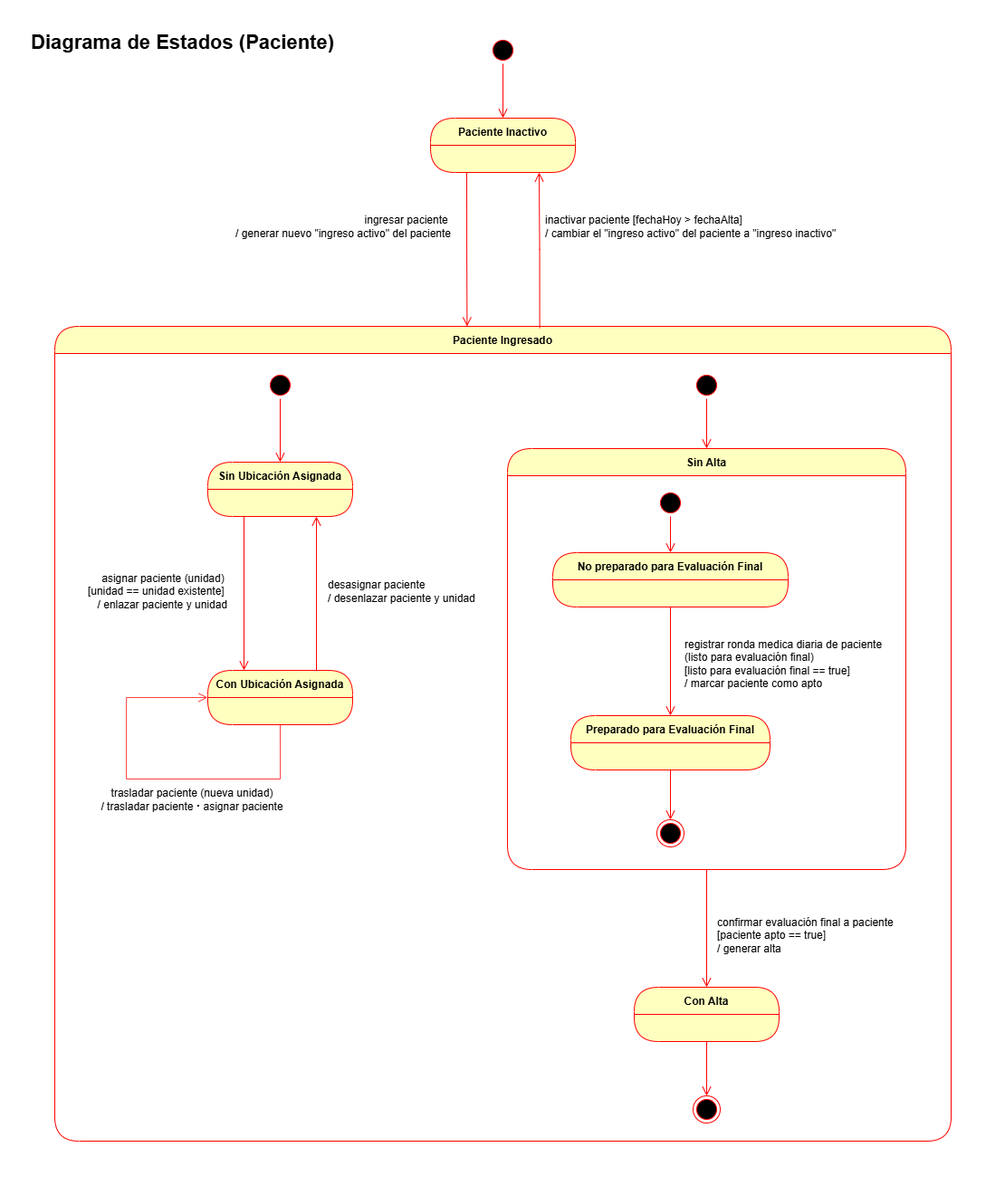
Above: uml/4 - Diagrama de Estados/Diagrama de Estados (Paciente).png in stoica25-byte/Reto-2-Entornos-Programacion (draw.io), before the change. Source tidied: cells renumbered, new cells last; positions are measured from the earlier drawing's top-left corner, leaving out a move shared by most shapes.
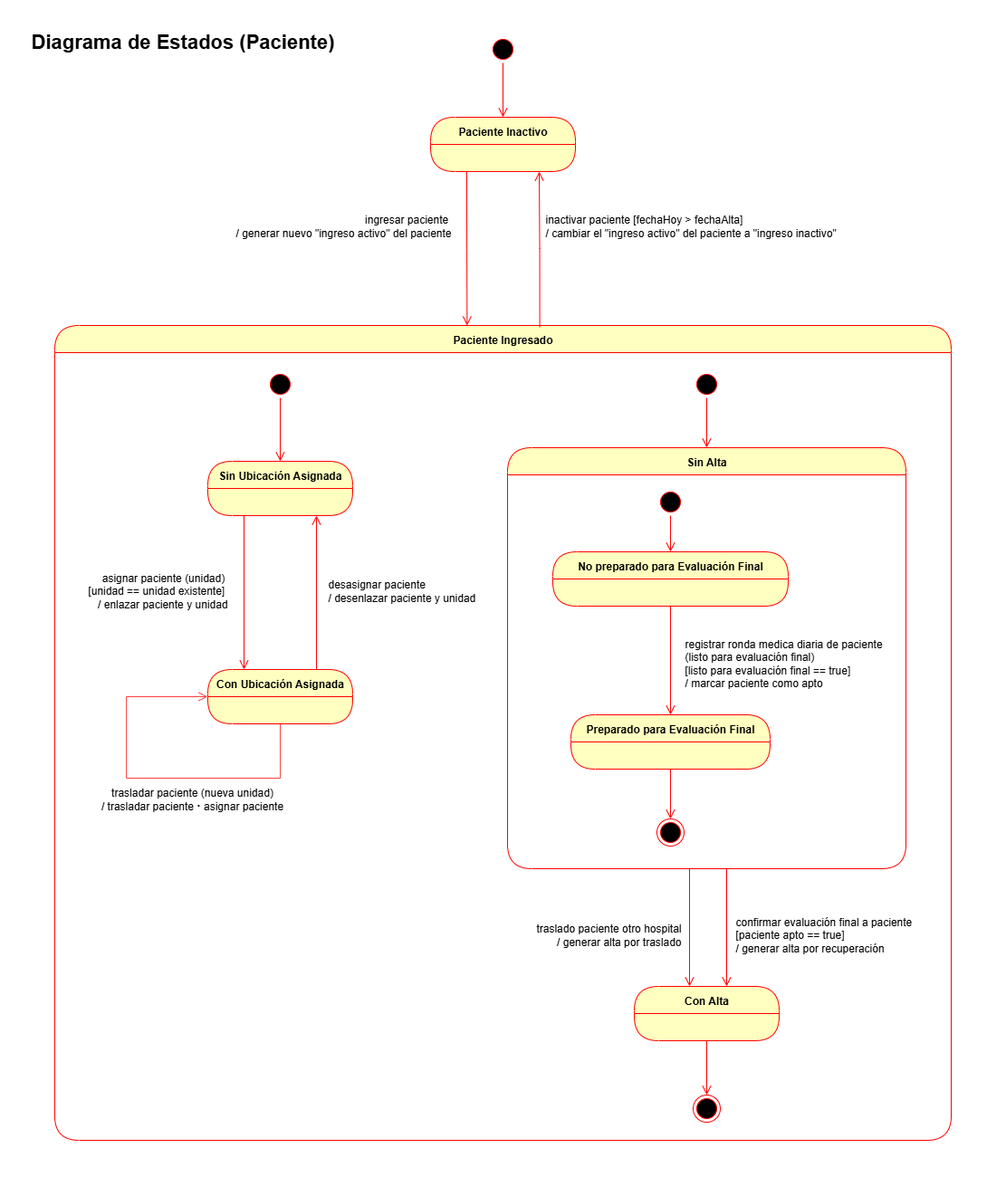
Later version of the same file.

What changed in the source:
```diff
@@ -108,13 +108,14 @@
     <mxCell id="33" value="Con Alta" style="swimlane;fontStyle=1;align=center;verticalAlign=middle;horizontal=1;startSize=30;fontColor=#000000;rounded=1;arcSize=30;strokeColor=#ff0000;fillColor=#ffffc0;swimlaneFillColor=#ffffc0;" parent="1" vertex="1">
       <mxGeometry x="700" y="1090" width="160" height="60" as="geometry" />
     </mxCell>
-    <mxCell id="34" style="edgeStyle=orthogonalEdgeStyle;html=1;verticalAlign=bottom;endArrow=open;endSize=8;strokeColor=#ff0000;rounded=0;entryX=0.5;entryY=0;entryDx=0;entryDy=0;exitX=0.5;exitY=1;exitDx=0;exitDy=0;" parent="1" edge="1" target="33">
+    <mxCell id="34" style="edgeStyle=orthogonalEdgeStyle;html=1;verticalAlign=bottom;endArrow=open;endSize=8;strokeColor=#ff0000;rounded=0;" parent="1" edge="1">
       <mxGeometry relative="1" as="geometry">
-        <mxPoint x="780" y="960" as="sourcePoint" />
+        <mxPoint x="802" y="960" as="sourcePoint" />
+        <mxPoint x="802" y="1090" as="targetPoint" />
       </mxGeometry>
     </mxCell>
-    <mxCell id="35" value="confirmar evaluación final a paciente [paciente apto == true]&lt;div&gt;/ generar alta&lt;/div&gt;" style="text;html=1;align=left;verticalAlign=middle;whiteSpace=wrap;rounded=0;" parent="1" vertex="1">
-      <mxGeometry x="790" y="1010" width="225" height="45" as="geometry" />
+    <mxCell id="35" value="confirmar evaluación final a paciente [paciente apto == true]&lt;div&gt;/ generar alta por recuperación&lt;/div&gt;" style="text;html=1;align=left;verticalAlign=middle;whiteSpace=wrap;rounded=0;" parent="1" vertex="1">
+      <mxGeometry x="810" y="1010" width="205" height="45" as="geometry" />
     </mxCell>
     <mxCell id="36" style="ellipse;html=1;shape=endState;fillColor=#000000;strokeColor=#ff0000;" parent="1" vertex="1">
       <mxGeometry x="765" y="1210" width="30" height="30" as="geometry" />
@@ -122,5 +123,14 @@
     <mxCell id="37" value="Diagrama de Estados (Paciente)" style="text;html=1;whiteSpace=wrap;strokeColor=none;fillColor=none;align=left;verticalAlign=middle;rounded=0;fontStyle=1;fontSize=22;" parent="1" vertex="1">
       <mxGeometry x="32" y="32" width="340" height="30" as="geometry" />
     </mxCell>
+    <mxCell id="38" style="edgeStyle=orthogonalEdgeStyle;html=1;verticalAlign=bottom;endArrow=open;endSize=8;strokeColor=#ff0000;rounded=0;" parent="1" edge="1">
+      <mxGeometry relative="1" as="geometry">
+        <mxPoint x="761" y="960" as="sourcePoint" />
+        <mxPoint x="761" y="1090" as="targetPoint" />
+      </mxGeometry>
+    </mxCell>
+    <mxCell id="39" value="traslado paciente otro hospital&lt;div&gt;/ generar alta por traslado&lt;/div&gt;" style="text;html=1;align=right;verticalAlign=middle;whiteSpace=wrap;rounded=0;" parent="1" vertex="1">
+      <mxGeometry x="549" y="1010" width="205" height="45" as="geometry" />
+    </mxCell>
   </root>
 </mxGraphModel>
```
